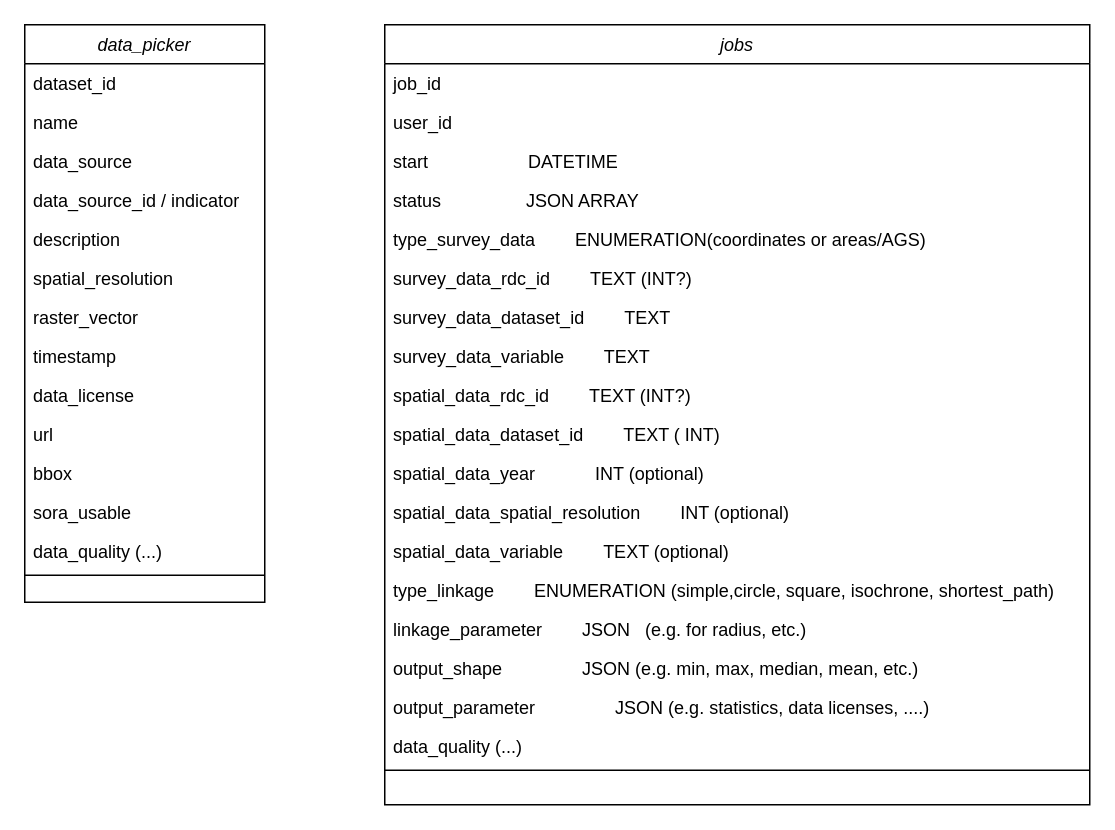
Earlier version of the draw.io diagram sora/data_model.drawio (traveller195/draw_io). Source tidied: cells renumbered, new cells numbered last; positions are measured from the earlier drawing's top-left corner, leaving out a move shared by most shapes. Both pictures are drawn from the tidied source at 150%, with x=0, y=0 at pixel (24, 24).
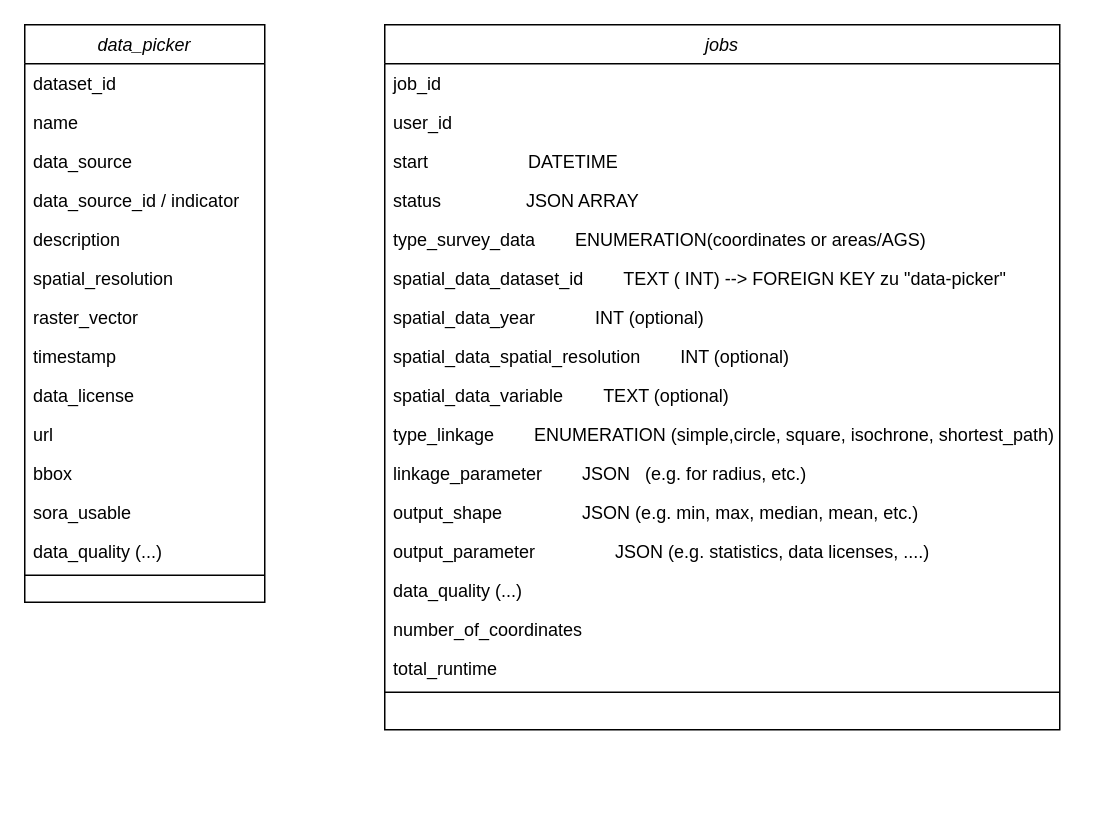
The same page after the edit.

What changed in the source:
```diff
@@
     <mxCell id="17" value="jobs" style="swimlane;fontStyle=2;align=center;verticalAlign=top;horizontal=1;startSize=26;rounded=0;shadow=0;strokeWidth=1;" parent="1" vertex="1">
-      <mxGeometry x="240" width="470" height="520" as="geometry" />
+      <mxGeometry x="240" width="450" height="470" as="geometry" />
     </mxCell>
     <mxCell id="18" value="job_id" style="text;align=left;verticalAlign=top;spacingLeft=4;spacingRight=4;overflow=hidden;" parent="17" vertex="1">
-      <mxGeometry y="26" width="470" height="26" as="geometry" />
+      <mxGeometry y="26" width="450" height="26" as="geometry" />
     </mxCell>
     <mxCell id="19" value="user_id" style="text;align=left;verticalAlign=top;spacingLeft=4;spacingRight=4;overflow=hidden;rounded=0;shadow=0;html=0;" parent="17" vertex="1">
-      <mxGeometry y="52" width="470" height="26" as="geometry" />
+      <mxGeometry y="52" width="450" height="26" as="geometry" />
     </mxCell>
     <mxCell id="20" value="start                    DATETIME" style="text;align=left;verticalAlign=top;spacingLeft=4;spacingRight=4;overflow=hidden;rounded=0;shadow=0;html=0;" parent="17" vertex="1">
-      <mxGeometry y="78" width="470" height="26" as="geometry" />
+      <mxGeometry y="78" width="450" height="26" as="geometry" />
     </mxCell>
     <mxCell id="21" value="status                 JSON ARRAY" style="text;align=left;verticalAlign=top;spacingLeft=4;spacingRight=4;overflow=hidden;rounded=0;shadow=0;html=0;" parent="17" vertex="1">
-      <mxGeometry y="104" width="470" height="26" as="geometry" />
+      <mxGeometry y="104" width="450" height="26" as="geometry" />
     </mxCell>
     <mxCell id="22" value="type_survey_data        ENUMERATION(coordinates or areas/AGS)" style="text;align=left;verticalAlign=top;spacingLeft=4;spacingRight=4;overflow=hidden;rounded=0;shadow=0;html=0;" parent="17" vertex="1">
-      <mxGeometry y="130" width="470" height="26" as="geometry" />
+      <mxGeometry y="130" width="450" height="26" as="geometry" />
     </mxCell>
-    <mxCell id="23" value="survey_data_rdc_id        TEXT (INT?)" style="text;align=left;verticalAlign=top;spacingLeft=4;spacingRight=4;overflow=hidden;rounded=0;shadow=0;html=0;" parent="17" vertex="1">
-      <mxGeometry y="156" width="470" height="26" as="geometry" />
-    </mxCell>
-    <mxCell id="24" value="survey_data_dataset_id        TEXT" style="text;align=left;verticalAlign=top;spacingLeft=4;spacingRight=4;overflow=hidden;rounded=0;shadow=0;html=0;" parent="17" vertex="1">
-      <mxGeometry y="182" width="470" height="26" as="geometry" />
-    </mxCell>
-    <mxCell id="25" value="survey_data_variable        TEXT" style="text;align=left;verticalAlign=top;spacingLeft=4;spacingRight=4;overflow=hidden;rounded=0;shadow=0;html=0;" parent="17" vertex="1">
-      <mxGeometry y="208" width="470" height="26" as="geometry" />
-    </mxCell>
-    <mxCell id="26" value="spatial_data_rdc_id        TEXT (INT?)" style="text;align=left;verticalAlign=top;spacingLeft=4;spacingRight=4;overflow=hidden;rounded=0;shadow=0;html=0;" parent="17" vertex="1">
-      <mxGeometry y="234" width="470" height="26" as="geometry" />
-    </mxCell>
-    <mxCell id="27" value="spatial_data_dataset_id        TEXT ( INT)" style="text;align=left;verticalAlign=top;spacingLeft=4;spacingRight=4;overflow=hidden;rounded=0;shadow=0;html=0;" parent="17" vertex="1">
-      <mxGeometry y="260" width="470" height="26" as="geometry" />
+    <mxCell id="27" value="spatial_data_dataset_id        TEXT ( INT) --&gt; FOREIGN KEY zu &quot;data-picker&quot;" style="text;align=left;verticalAlign=top;spacingLeft=4;spacingRight=4;overflow=hidden;rounded=0;shadow=0;html=0;" parent="17" vertex="1">
+      <mxGeometry y="156" width="450" height="26" as="geometry" />
     </mxCell>
     <mxCell id="28" value="spatial_data_year            INT (optional)" style="text;align=left;verticalAlign=top;spacingLeft=4;spacingRight=4;overflow=hidden;rounded=0;shadow=0;html=0;" parent="17" vertex="1">
-      <mxGeometry y="286" width="470" height="26" as="geometry" />
+      <mxGeometry y="182" width="450" height="26" as="geometry" />
     </mxCell>
     <mxCell id="29" value="spatial_data_spatial_resolution        INT (optional)" style="text;align=left;verticalAlign=top;spacingLeft=4;spacingRight=4;overflow=hidden;rounded=0;shadow=0;html=0;" parent="17" vertex="1">
-      <mxGeometry y="312" width="470" height="26" as="geometry" />
+      <mxGeometry y="208" width="450" height="26" as="geometry" />
     </mxCell>
     <mxCell id="30" value="spatial_data_variable        TEXT (optional)" style="text;align=left;verticalAlign=top;spacingLeft=4;spacingRight=4;overflow=hidden;rounded=0;shadow=0;html=0;" parent="17" vertex="1">
-      <mxGeometry y="338" width="470" height="26" as="geometry" />
+      <mxGeometry y="234" width="450" height="26" as="geometry" />
     </mxCell>
     <mxCell id="31" value="type_linkage        ENUMERATION (simple,circle, square, isochrone, shortest_path)" style="text;align=left;verticalAlign=top;spacingLeft=4;spacingRight=4;overflow=hidden;rounded=0;shadow=0;html=0;" parent="17" vertex="1">
-      <mxGeometry y="364" width="470" height="26" as="geometry" />
+      <mxGeometry y="260" width="450" height="26" as="geometry" />
     </mxCell>
     <mxCell id="32" value="linkage_parameter        JSON   (e.g. for radius, etc.)" style="text;align=left;verticalAlign=top;spacingLeft=4;spacingRight=4;overflow=hidden;rounded=0;shadow=0;html=0;" parent="17" vertex="1">
-      <mxGeometry y="390" width="470" height="26" as="geometry" />
+      <mxGeometry y="286" width="450" height="26" as="geometry" />
     </mxCell>
     <mxCell id="33" value="output_shape                JSON (e.g. min, max, median, mean, etc.)" style="text;align=left;verticalAlign=top;spacingLeft=4;spacingRight=4;overflow=hidden;rounded=0;shadow=0;html=0;" parent="17" vertex="1">
-      <mxGeometry y="416" width="470" height="26" as="geometry" />
+      <mxGeometry y="312" width="450" height="26" as="geometry" />
     </mxCell>
     <mxCell id="34" value="output_parameter                JSON (e.g. statistics, data licenses, ....)" style="text;align=left;verticalAlign=top;spacingLeft=4;spacingRight=4;overflow=hidden;rounded=0;shadow=0;html=0;" parent="17" vertex="1">
-      <mxGeometry y="442" width="470" height="26" as="geometry" />
+      <mxGeometry y="338" width="450" height="26" as="geometry" />
     </mxCell>
     <mxCell id="35" value="data_quality (...)" style="text;align=left;verticalAlign=top;spacingLeft=4;spacingRight=4;overflow=hidden;rounded=0;shadow=0;html=0;" parent="17" vertex="1">
-      <mxGeometry y="468" width="470" height="26" as="geometry" />
+      <mxGeometry y="364" width="450" height="26" as="geometry" />
     </mxCell>
+    <mxCell id="37" value="number_of_coordinates" style="text;align=left;verticalAlign=top;spacingLeft=4;spacingRight=4;overflow=hidden;rounded=0;shadow=0;html=0;" parent="17" vertex="1">
+      <mxGeometry y="390" width="450" height="26" as="geometry" />
+    </mxCell>
+    <mxCell id="38" value="total_runtime" style="text;align=left;verticalAlign=top;spacingLeft=4;spacingRight=4;overflow=hidden;rounded=0;shadow=0;html=0;" parent="17" vertex="1">
+      <mxGeometry y="416" width="450" height="26" as="geometry" />
+    </mxCell>
     <mxCell id="36" style="line;html=1;strokeWidth=1;align=left;verticalAlign=middle;spacingTop=-1;spacingLeft=3;spacingRight=3;labelPosition=right;" parent="17" vertex="1">
-      <mxGeometry y="494" width="470" height="6" as="geometry" />
+      <mxGeometry y="442" width="450" height="6" as="geometry" />
     </mxCell>
```
